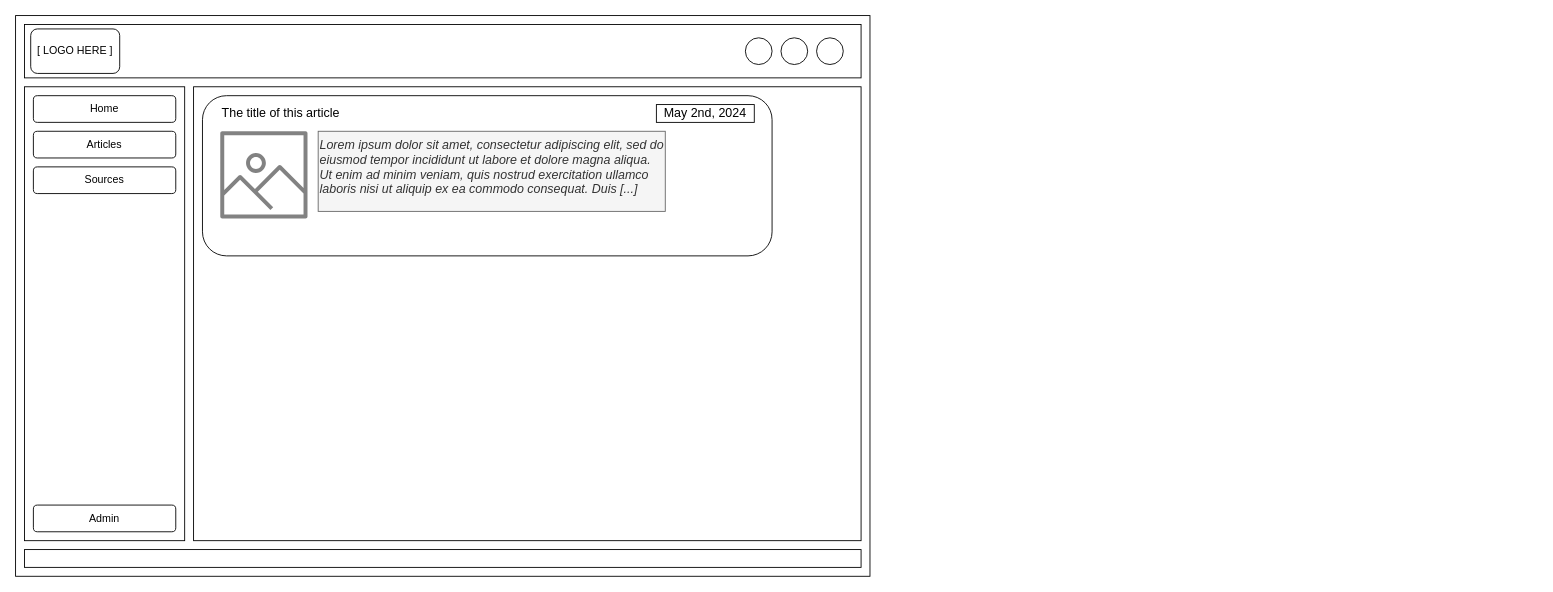
The draw.io diagram docs/Mocks.drawio in freemindlabsinc/IntelliBlog, before the edit. Source tidied: cells renumbered, new cells numbered last; positions are measured from the earlier drawing's top-left corner, leaving out a move shared by most shapes. Both pictures are drawn from the tidied source at 89%, with x=0, y=0 at pixel (15, 15).
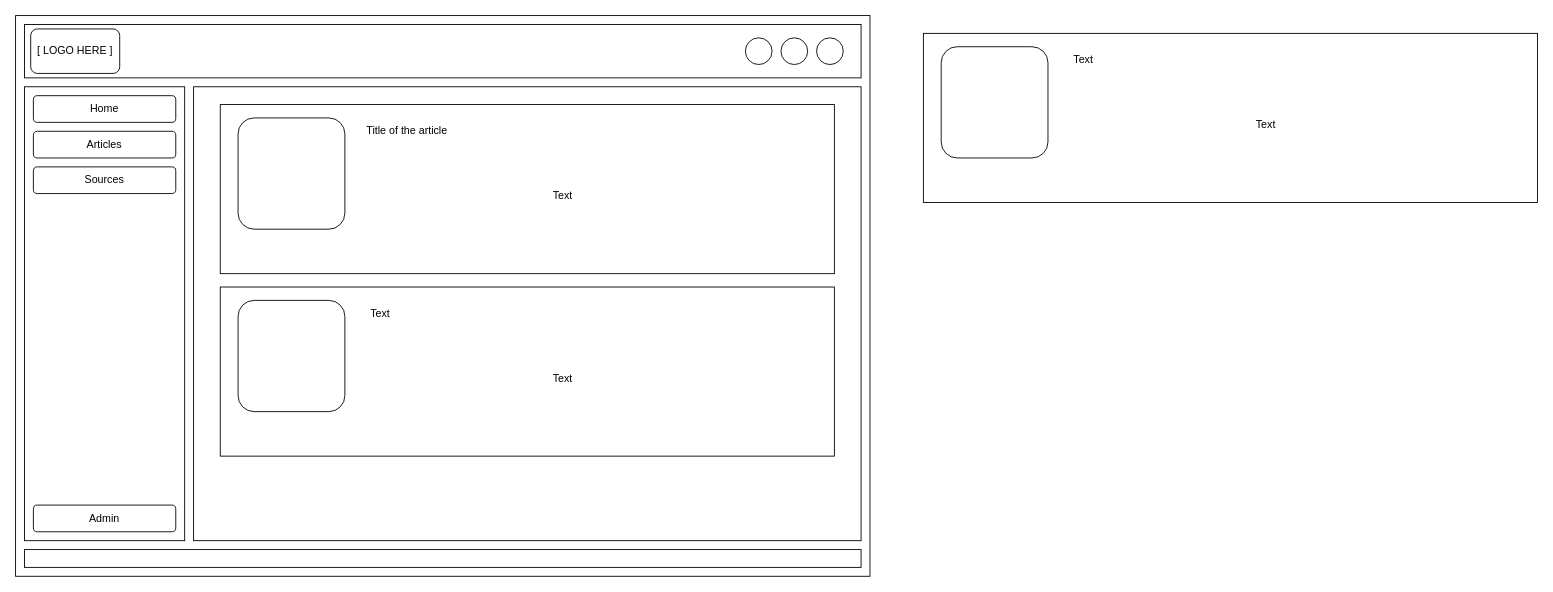
After the change.

Diff of the diagram source:
```diff
@@
-    <mxCell id="15" style="rounded=1;whiteSpace=wrap;html=1;fillStyle=auto;fillColor=default;" parent="1" vertex="1">
-      <mxGeometry x="210" y="90" width="640" height="180" as="geometry" />
-    </mxCell>
-    <mxCell id="16" style="sketch=0;fontColor=#232F3E;gradientColor=none;fillColor=#828282;strokeColor=none;dashed=0;verticalLabelPosition=bottom;verticalAlign=top;align=center;html=1;fontSize=12;fontStyle=0;shape=mxgraph.aws4.container_registry_image;fillStyle=auto;" parent="1" vertex="1">
-      <mxGeometry x="230" y="130" width="98" height="98" as="geometry" />
-    </mxCell>
-    <mxCell id="17" value="The title of this article" style="text;html=1;strokeColor=none;fillColor=none;align=left;verticalAlign=middle;whiteSpace=wrap;rounded=0;fontStyle=0;fontSize=14;" parent="1" vertex="1">
-      <mxGeometry x="230" y="100" width="200" height="20" as="geometry" />
-    </mxCell>
-    <mxCell id="18" value="May 2nd, 2024" style="rounded=0;whiteSpace=wrap;html=1;fillStyle=auto;fontSize=14;fillColor=default;" parent="1" vertex="1">
-      <mxGeometry x="720" y="100" width="110" height="20" as="geometry" />
-    </mxCell>
-    <mxCell id="19" value="Lorem ipsum dolor sit amet, consectetur adipiscing elit, sed do eiusmod tempor incididunt ut labore et dolore magna aliqua. Ut enim ad minim veniam, quis nostrud exercitation ullamco laboris nisi ut aliquip ex ea commodo consequat. Duis [...]" style="text;html=1;strokeColor=#666666;fillColor=#f5f5f5;align=left;verticalAlign=top;whiteSpace=wrap;rounded=0;fontSize=14;fontStyle=2;fontColor=#333333;" parent="1" vertex="1">
-      <mxGeometry x="340" y="130" width="390" height="90" as="geometry" />
-    </mxCell>
+    <mxCell id="20" style="group;" parent="1" vertex="1">
+      <mxGeometry x="230" y="100" width="690" height="190" as="geometry" />
+    </mxCell>
+    <mxCell id="21" style="group;" parent="20" vertex="1">
+      <mxGeometry width="690" height="190" as="geometry" />
+    </mxCell>
+    <mxCell id="22" style="rounded=0;whiteSpace=wrap;html=1;" parent="21" vertex="1">
+      <mxGeometry width="690" height="190" as="geometry" />
+    </mxCell>
+    <mxCell id="23" style="rounded=1;whiteSpace=wrap;html=1;" parent="21" vertex="1">
+      <mxGeometry x="20" y="15" width="120" height="125" as="geometry" />
+    </mxCell>
+    <mxCell id="24" value="Title of the article" style="text;html=1;strokeColor=none;fillColor=none;align=center;verticalAlign=middle;whiteSpace=wrap;rounded=0;" parent="21" vertex="1">
+      <mxGeometry x="150" y="15" width="120" height="30" as="geometry" />
+    </mxCell>
+    <mxCell id="25" value="Text" style="text;html=1;strokeColor=none;fillColor=none;align=center;verticalAlign=middle;whiteSpace=wrap;rounded=0;" parent="21" vertex="1">
+      <mxGeometry x="150" y="45" width="470" height="115" as="geometry" />
+    </mxCell>
+    <mxCell id="26" style="group;" parent="1" vertex="1">
+      <mxGeometry x="1020" y="20" width="690" height="190" as="geometry" />
+    </mxCell>
+    <mxCell id="27" style="rounded=0;whiteSpace=wrap;html=1;" parent="26" vertex="1">
+      <mxGeometry width="690" height="190" as="geometry" />
+    </mxCell>
+    <mxCell id="28" style="rounded=1;whiteSpace=wrap;html=1;" parent="26" vertex="1">
+      <mxGeometry x="20" y="15" width="120" height="125" as="geometry" />
+    </mxCell>
+    <mxCell id="29" value="Text" style="text;html=1;strokeColor=none;fillColor=none;align=center;verticalAlign=middle;whiteSpace=wrap;rounded=0;" parent="26" vertex="1">
+      <mxGeometry x="150" y="15" width="60" height="30" as="geometry" />
+    </mxCell>
+    <mxCell id="30" value="Text" style="text;html=1;strokeColor=none;fillColor=none;align=center;verticalAlign=middle;whiteSpace=wrap;rounded=0;" parent="26" vertex="1">
+      <mxGeometry x="150" y="45" width="470" height="115" as="geometry" />
+    </mxCell>
+    <mxCell id="31" style="group;" parent="1" vertex="1">
+      <mxGeometry x="230" y="305" width="690" height="190" as="geometry" />
+    </mxCell>
+    <mxCell id="32" style="rounded=0;whiteSpace=wrap;html=1;" parent="31" vertex="1">
+      <mxGeometry width="690" height="190" as="geometry" />
+    </mxCell>
+    <mxCell id="33" style="rounded=1;whiteSpace=wrap;html=1;" parent="31" vertex="1">
+      <mxGeometry x="20" y="15" width="120" height="125" as="geometry" />
+    </mxCell>
+    <mxCell id="34" value="Text" style="text;html=1;strokeColor=none;fillColor=none;align=center;verticalAlign=middle;whiteSpace=wrap;rounded=0;" parent="31" vertex="1">
+      <mxGeometry x="150" y="15" width="60" height="30" as="geometry" />
+    </mxCell>
+    <mxCell id="35" value="Text" style="text;html=1;strokeColor=none;fillColor=none;align=center;verticalAlign=middle;whiteSpace=wrap;rounded=0;" parent="31" vertex="1">
+      <mxGeometry x="150" y="45" width="470" height="115" as="geometry" />
+    </mxCell>
```
